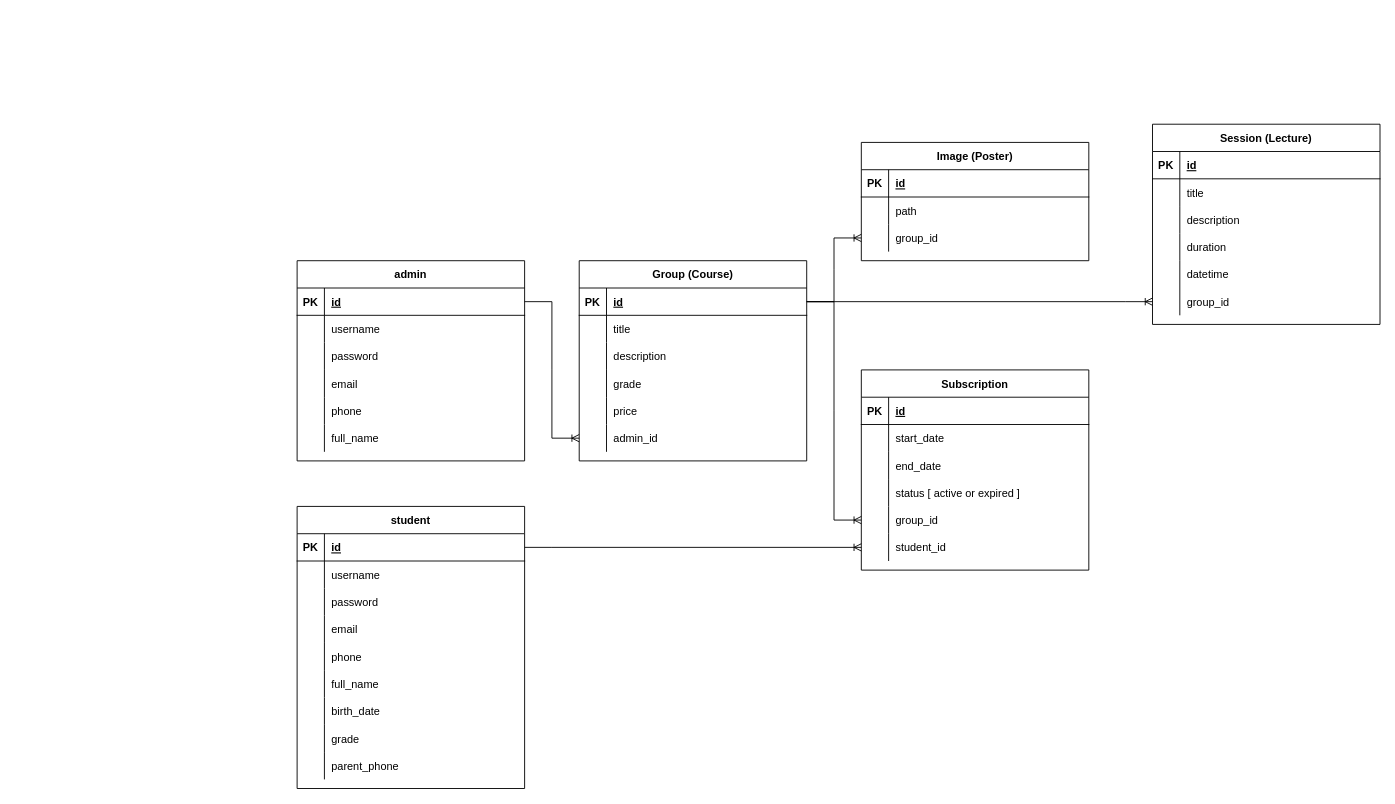
Before: Ncms Schema .drawio in andrew-atef/el-montag-0.0.2, a draw.io diagram. Source tidied: cells renumbered, new cells numbered last; positions are measured from the earlier drawing's top-left corner, leaving out a move shared by most shapes. Both pictures are drawn from the tidied source at 91%, with x=0, y=0 at pixel (297, 124).
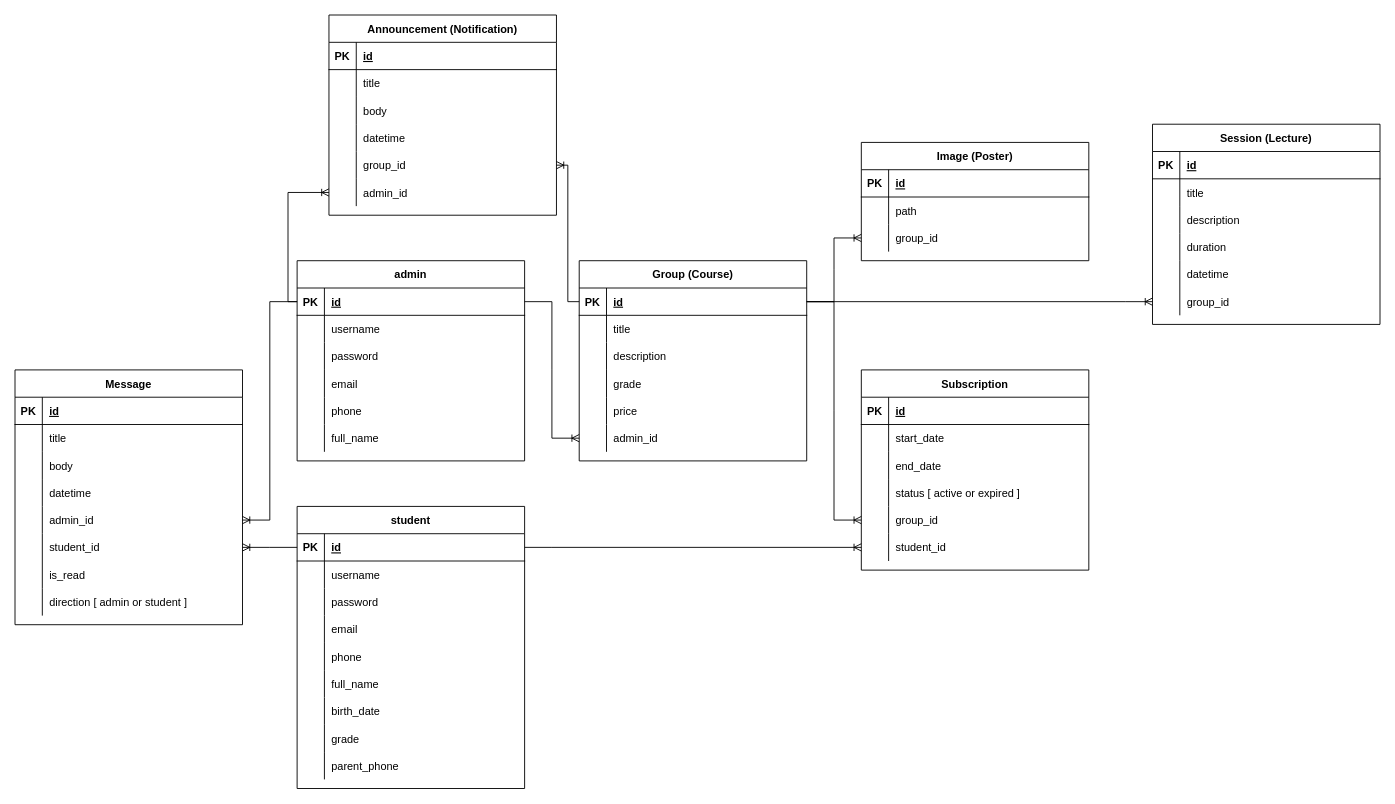
Above is the later version.

Unchanged cells that the change refers to:
```xml
<mxCell id="3" style="shape=partialRectangle;fillColor=none;points=[[0,0.5],[1,0.5]];portConstraint=eastwest;top=0;left=0;right=0;bottom=1;" parent="2" vertex="1">
  <mxGeometry y="30" width="250" height="30" as="geometry" />
</mxCell>
<mxCell id="31" style="shape=partialRectangle;fillColor=none;points=[[0,0.5],[1,0.5]];portConstraint=eastwest;top=0;left=0;right=0;bottom=1;" parent="30" vertex="1">
  <mxGeometry y="30" width="250" height="30" as="geometry" />
</mxCell>
<mxCell id="50" style="shape=partialRectangle;fillColor=none;points=[[0,0.5],[1,0.5]];portConstraint=eastwest;top=0;left=0;right=0;bottom=1;" parent="49" vertex="1">
  <mxGeometry y="30" width="250" height="30" as="geometry" />
</mxCell>
```

Change to the diagram source:
```diff
@@
+    <mxCell id="121" value="Announcement (Notification)" style="shape=table;startSize=30;childLayout=tableLayout;rowLines=0;fontStyle=1;align=center;" parent="1" vertex="1">
+      <mxGeometry x="35" y="-120" width="250" height="220" as="geometry" />
+    </mxCell>
+    <mxCell id="122" style="shape=partialRectangle;fillColor=none;top=0;left=0;right=0;bottom=1;" parent="121" vertex="1">
+      <mxGeometry y="30" width="250" height="30" as="geometry" />
+    </mxCell>
+    <mxCell id="123" value="PK" style="shape=partialRectangle;overflow=hidden;fillColor=none;top=0;left=0;bottom=0;right=0;fontStyle=1;" parent="122" vertex="1">
+      <mxGeometry width="30" height="30" as="geometry" />
+    </mxCell>
+    <mxCell id="124" value="id" style="shape=partialRectangle;overflow=hidden;fillColor=none;top=0;left=0;bottom=0;right=0;align=left;spacingLeft=6;fontStyle=5;" parent="122" vertex="1">
+      <mxGeometry x="30" width="220" height="30" as="geometry" />
+    </mxCell>
+    <mxCell id="125" style="shape=partialRectangle;fillColor=none;top=0;left=0;right=0;bottom=0;" parent="121" vertex="1">
+      <mxGeometry y="60" width="250" height="30" as="geometry" />
+    </mxCell>
+    <mxCell id="126" style="shape=partialRectangle;overflow=hidden;fillColor=none;top=0;left=0;bottom=0;right=0;" parent="125" vertex="1">
+      <mxGeometry width="30" height="30" as="geometry" />
+    </mxCell>
+    <mxCell id="127" value="title" style="shape=partialRectangle;overflow=hidden;fillColor=none;top=0;left=0;bottom=0;right=0;align=left;spacingLeft=6;" parent="125" vertex="1">
+      <mxGeometry x="30" width="220" height="30" as="geometry" />
+    </mxCell>
+    <mxCell id="128" style="shape=partialRectangle;fillColor=none;top=0;left=0;right=0;bottom=0;" parent="121" vertex="1">
+      <mxGeometry y="90" width="250" height="30" as="geometry" />
+    </mxCell>
+    <mxCell id="129" style="shape=partialRectangle;overflow=hidden;fillColor=none;top=0;left=0;bottom=0;right=0;" parent="128" vertex="1">
+      <mxGeometry width="30" height="30" as="geometry" />
+    </mxCell>
+    <mxCell id="130" value="body" style="shape=partialRectangle;overflow=hidden;fillColor=none;top=0;left=0;bottom=0;right=0;align=left;spacingLeft=6;" parent="128" vertex="1">
+      <mxGeometry x="30" width="220" height="30" as="geometry" />
+    </mxCell>
+    <mxCell id="131" style="shape=partialRectangle;fillColor=none;top=0;left=0;right=0;bottom=0;" parent="121" vertex="1">
+      <mxGeometry y="120" width="250" height="30" as="geometry" />
+    </mxCell>
+    <mxCell id="132" style="shape=partialRectangle;overflow=hidden;fillColor=none;top=0;left=0;bottom=0;right=0;" parent="131" vertex="1">
+      <mxGeometry width="30" height="30" as="geometry" />
+    </mxCell>
+    <mxCell id="133" value="datetime" style="shape=partialRectangle;overflow=hidden;fillColor=none;top=0;left=0;bottom=0;right=0;align=left;spacingLeft=6;" parent="131" vertex="1">
+      <mxGeometry x="30" width="220" height="30" as="geometry" />
+    </mxCell>
+    <mxCell id="134" style="shape=partialRectangle;fillColor=none;points=[[0,0.5],[1,0.5]];portConstraint=eastwest;top=0;left=0;right=0;bottom=0;" parent="121" vertex="1">
+      <mxGeometry y="150" width="250" height="30" as="geometry" />
+    </mxCell>
+    <mxCell id="135" style="shape=partialRectangle;overflow=hidden;fillColor=none;top=0;left=0;bottom=0;right=0;" parent="134" vertex="1">
+      <mxGeometry width="30" height="30" as="geometry" />
+    </mxCell>
+    <mxCell id="136" value="group_id" style="shape=partialRectangle;overflow=hidden;fillColor=none;top=0;left=0;bottom=0;right=0;align=left;spacingLeft=6;" parent="134" vertex="1">
+      <mxGeometry x="30" width="220" height="30" as="geometry" />
+    </mxCell>
+    <mxCell id="137" style="shape=partialRectangle;fillColor=none;points=[[0,0.5],[1,0.5]];portConstraint=eastwest;top=0;left=0;right=0;bottom=0;" parent="121" vertex="1">
+      <mxGeometry y="180" width="250" height="30" as="geometry" />
+    </mxCell>
+    <mxCell id="138" style="shape=partialRectangle;overflow=hidden;fillColor=none;top=0;left=0;bottom=0;right=0;" parent="137" vertex="1">
+      <mxGeometry width="30" height="30" as="geometry" />
+    </mxCell>
+    <mxCell id="139" value="admin_id" style="shape=partialRectangle;overflow=hidden;fillColor=none;top=0;left=0;bottom=0;right=0;align=left;spacingLeft=6;" parent="137" vertex="1">
+      <mxGeometry x="30" width="220" height="30" as="geometry" />
+    </mxCell>
+    <mxCell id="140" style="edgeStyle=orthogonalEdgeStyle;fontSize=12;html=1;endArrow=ERoneToMany;rounded=0;exitX=0;exitY=0.5;exitDx=0;exitDy=0;entryX=0;entryY=0.5;entryDx=0;entryDy=0;" parent="1" edge="1" source="31" target="137">
+      <mxGeometry relative="1" as="geometry" />
+    </mxCell>
+    <mxCell id="141" style="edgeStyle=orthogonalEdgeStyle;fontSize=12;html=1;endArrow=ERoneToMany;rounded=0;exitX=0;exitY=0.5;exitDx=0;exitDy=0;entryX=1;entryY=0.5;entryDx=0;entryDy=0;" parent="1" edge="1" source="50" target="134">
+      <mxGeometry relative="1" as="geometry" />
+    </mxCell>
+    <mxCell id="142" value="Message" style="shape=table;startSize=30;childLayout=tableLayout;rowLines=0;fontStyle=1;align=center;" parent="1" vertex="1">
+      <mxGeometry x="-310" y="270" width="250" height="280" as="geometry" />
+    </mxCell>
+    <mxCell id="143" style="shape=partialRectangle;fillColor=none;top=0;left=0;right=0;bottom=1;" parent="142" vertex="1">
+      <mxGeometry y="30" width="250" height="30" as="geometry" />
+    </mxCell>
+    <mxCell id="144" value="PK" style="shape=partialRectangle;overflow=hidden;fillColor=none;top=0;left=0;bottom=0;right=0;fontStyle=1;" parent="143" vertex="1">
+      <mxGeometry width="30" height="30" as="geometry" />
+    </mxCell>
+    <mxCell id="145" value="id" style="shape=partialRectangle;overflow=hidden;fillColor=none;top=0;left=0;bottom=0;right=0;align=left;spacingLeft=6;fontStyle=5;" parent="143" vertex="1">
+      <mxGeometry x="30" width="220" height="30" as="geometry" />
+    </mxCell>
+    <mxCell id="146" style="shape=partialRectangle;fillColor=none;top=0;left=0;right=0;bottom=0;" parent="142" vertex="1">
+      <mxGeometry y="60" width="250" height="30" as="geometry" />
+    </mxCell>
+    <mxCell id="147" style="shape=partialRectangle;overflow=hidden;fillColor=none;top=0;left=0;bottom=0;right=0;" parent="146" vertex="1">
+      <mxGeometry width="30" height="30" as="geometry" />
+    </mxCell>
+    <mxCell id="148" value="title" style="shape=partialRectangle;overflow=hidden;fillColor=none;top=0;left=0;bottom=0;right=0;align=left;spacingLeft=6;" parent="146" vertex="1">
+      <mxGeometry x="30" width="220" height="30" as="geometry" />
+    </mxCell>
+    <mxCell id="149" style="shape=partialRectangle;fillColor=none;top=0;left=0;right=0;bottom=0;" parent="142" vertex="1">
+      <mxGeometry y="90" width="250" height="30" as="geometry" />
+    </mxCell>
+    <mxCell id="150" style="shape=partialRectangle;overflow=hidden;fillColor=none;top=0;left=0;bottom=0;right=0;" parent="149" vertex="1">
+      <mxGeometry width="30" height="30" as="geometry" />
+    </mxCell>
+    <mxCell id="151" value="body" style="shape=partialRectangle;overflow=hidden;fillColor=none;top=0;left=0;bottom=0;right=0;align=left;spacingLeft=6;" parent="149" vertex="1">
+      <mxGeometry x="30" width="220" height="30" as="geometry" />
+    </mxCell>
+    <mxCell id="152" style="shape=partialRectangle;fillColor=none;top=0;left=0;right=0;bottom=0;" parent="142" vertex="1">
+      <mxGeometry y="120" width="250" height="30" as="geometry" />
+    </mxCell>
+    <mxCell id="153" style="shape=partialRectangle;overflow=hidden;fillColor=none;top=0;left=0;bottom=0;right=0;" parent="152" vertex="1">
+      <mxGeometry width="30" height="30" as="geometry" />
+    </mxCell>
+    <mxCell id="154" value="datetime" style="shape=partialRectangle;overflow=hidden;fillColor=none;top=0;left=0;bottom=0;right=0;align=left;spacingLeft=6;" parent="152" vertex="1">
+      <mxGeometry x="30" width="220" height="30" as="geometry" />
+    </mxCell>
+    <mxCell id="155" style="shape=partialRectangle;fillColor=none;points=[[0,0.5],[1,0.5]];portConstraint=eastwest;top=0;left=0;right=0;bottom=0;" parent="142" vertex="1">
+      <mxGeometry y="150" width="250" height="30" as="geometry" />
+    </mxCell>
+    <mxCell id="156" style="shape=partialRectangle;overflow=hidden;fillColor=none;top=0;left=0;bottom=0;right=0;" parent="155" vertex="1">
+      <mxGeometry width="30" height="30" as="geometry" />
+    </mxCell>
+    <mxCell id="157" value="admin_id" style="shape=partialRectangle;overflow=hidden;fillColor=none;top=0;left=0;bottom=0;right=0;align=left;spacingLeft=6;" parent="155" vertex="1">
+      <mxGeometry x="30" width="220" height="30" as="geometry" />
+    </mxCell>
+    <mxCell id="158" style="shape=partialRectangle;fillColor=none;points=[[0,0.5],[1,0.5]];portConstraint=eastwest;top=0;left=0;right=0;bottom=0;" parent="142" vertex="1">
+      <mxGeometry y="180" width="250" height="30" as="geometry" />
+    </mxCell>
+    <mxCell id="159" style="shape=partialRectangle;overflow=hidden;fillColor=none;top=0;left=0;bottom=0;right=0;" parent="158" vertex="1">
+      <mxGeometry width="30" height="30" as="geometry" />
+    </mxCell>
+    <mxCell id="160" value="student_id" style="shape=partialRectangle;overflow=hidden;fillColor=none;top=0;left=0;bottom=0;right=0;align=left;spacingLeft=6;" parent="158" vertex="1">
+      <mxGeometry x="30" width="220" height="30" as="geometry" />
+    </mxCell>
+    <mxCell id="161" style="shape=partialRectangle;fillColor=none;top=0;left=0;right=0;bottom=0;" parent="142" vertex="1">
+      <mxGeometry y="210" width="250" height="30" as="geometry" />
+    </mxCell>
+    <mxCell id="162" style="shape=partialRectangle;overflow=hidden;fillColor=none;top=0;left=0;bottom=0;right=0;" parent="161" vertex="1">
+      <mxGeometry width="30" height="30" as="geometry" />
+    </mxCell>
+    <mxCell id="163" value="is_read" style="shape=partialRectangle;overflow=hidden;fillColor=none;top=0;left=0;bottom=0;right=0;align=left;spacingLeft=6;" parent="161" vertex="1">
+      <mxGeometry x="30" width="220" height="30" as="geometry" />
+    </mxCell>
+    <mxCell id="164" style="shape=partialRectangle;fillColor=none;top=0;left=0;right=0;bottom=0;" parent="142" vertex="1">
+      <mxGeometry y="240" width="250" height="30" as="geometry" />
+    </mxCell>
+    <mxCell id="165" style="shape=partialRectangle;overflow=hidden;fillColor=none;top=0;left=0;bottom=0;right=0;" parent="164" vertex="1">
+      <mxGeometry width="30" height="30" as="geometry" />
+    </mxCell>
+    <mxCell id="166" value="direction [ admin or student ]" style="shape=partialRectangle;overflow=hidden;fillColor=none;top=0;left=0;bottom=0;right=0;align=left;spacingLeft=6;" parent="164" vertex="1">
+      <mxGeometry x="30" width="220" height="30" as="geometry" />
+    </mxCell>
+    <mxCell id="167" style="edgeStyle=entityRelationEdgeStyle;fontSize=12;html=1;endArrow=ERoneToMany;rounded=0;exitX=0;exitY=0.5;exitDx=0;exitDy=0;entryX=1;entryY=0.5;entryDx=0;entryDy=0;" parent="1" edge="1" source="3" target="158">
+      <mxGeometry relative="1" as="geometry" />
+    </mxCell>
+    <mxCell id="168" style="edgeStyle=entityRelationEdgeStyle;fontSize=12;html=1;endArrow=ERoneToMany;rounded=0;exitX=0;exitY=0.5;exitDx=0;exitDy=0;entryX=1;entryY=0.5;entryDx=0;entryDy=0;" parent="1" edge="1" source="31" target="155">
+      <mxGeometry relative="1" as="geometry" />
+    </mxCell>
```
